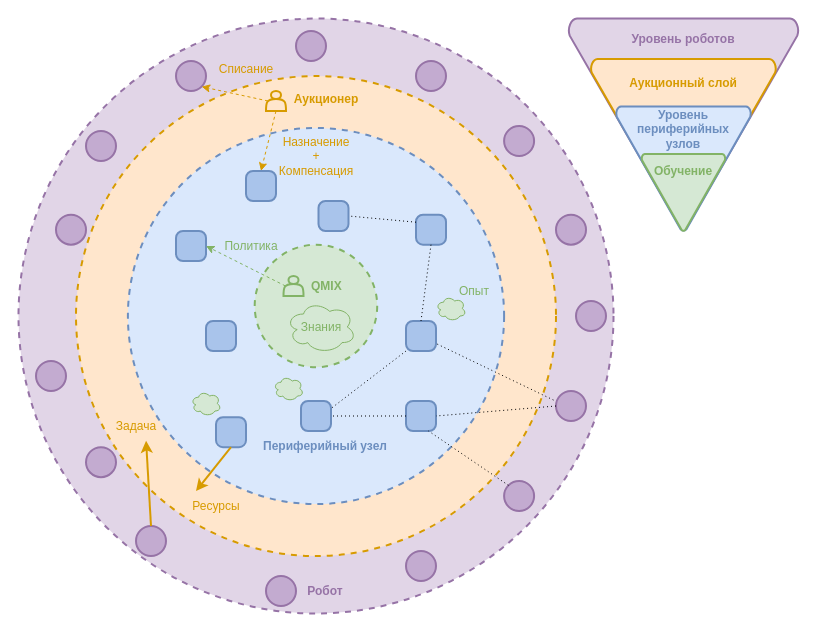
Above: Dissertation/images/drawio/ch5_ample_amr_concept.drawio in Dima12101/SPbU-Phd-LaTeX-Dissertation (draw.io), before the change. Source tidied: cells renumbered, new cells numbered last; positions are measured from the earlier drawing's top-left corner, leaving out a move shared by most shapes. Both pictures are drawn from the tidied source at 100%, with x=0, y=0 at pixel (18, 18).
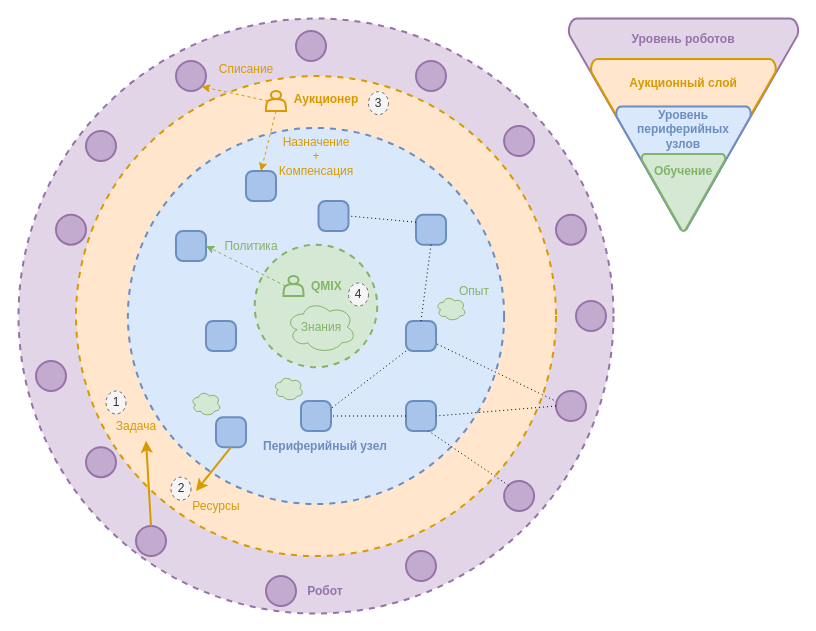
The same page after the edit.

The edit, as a diff of the source:
```diff
@@
+    <mxCell id="67" value="1" style="strokeWidth=1;html=1;shape=mxgraph.flowchart.start_2;whiteSpace=wrap;fillColor=#f5f5f5;fontColor=#333333;strokeColor=#666666;dashed=1;" parent="1" vertex="1">
+      <mxGeometry x="87.5" y="372.5" width="20" height="23" as="geometry" />
+    </mxCell>
+    <mxCell id="68" value="2" style="strokeWidth=1;html=1;shape=mxgraph.flowchart.start_2;whiteSpace=wrap;fillColor=#f5f5f5;fontColor=#333333;strokeColor=#666666;dashed=1;" parent="1" vertex="1">
+      <mxGeometry x="152.5" y="458.7" width="20" height="23" as="geometry" />
+    </mxCell>
+    <mxCell id="69" value="3" style="strokeWidth=1;html=1;shape=mxgraph.flowchart.start_2;whiteSpace=wrap;fillColor=#f5f5f5;fontColor=#333333;strokeColor=#666666;dashed=1;" parent="1" vertex="1">
+      <mxGeometry x="350" y="73.2" width="20" height="23" as="geometry" />
+    </mxCell>
+    <mxCell id="70" value="4" style="strokeWidth=1;html=1;shape=mxgraph.flowchart.start_2;whiteSpace=wrap;fillColor=#f5f5f5;fontColor=#333333;strokeColor=#666666;dashed=1;" parent="1" vertex="1">
+      <mxGeometry x="330" y="264.5" width="20" height="23" as="geometry" />
+    </mxCell>
```
